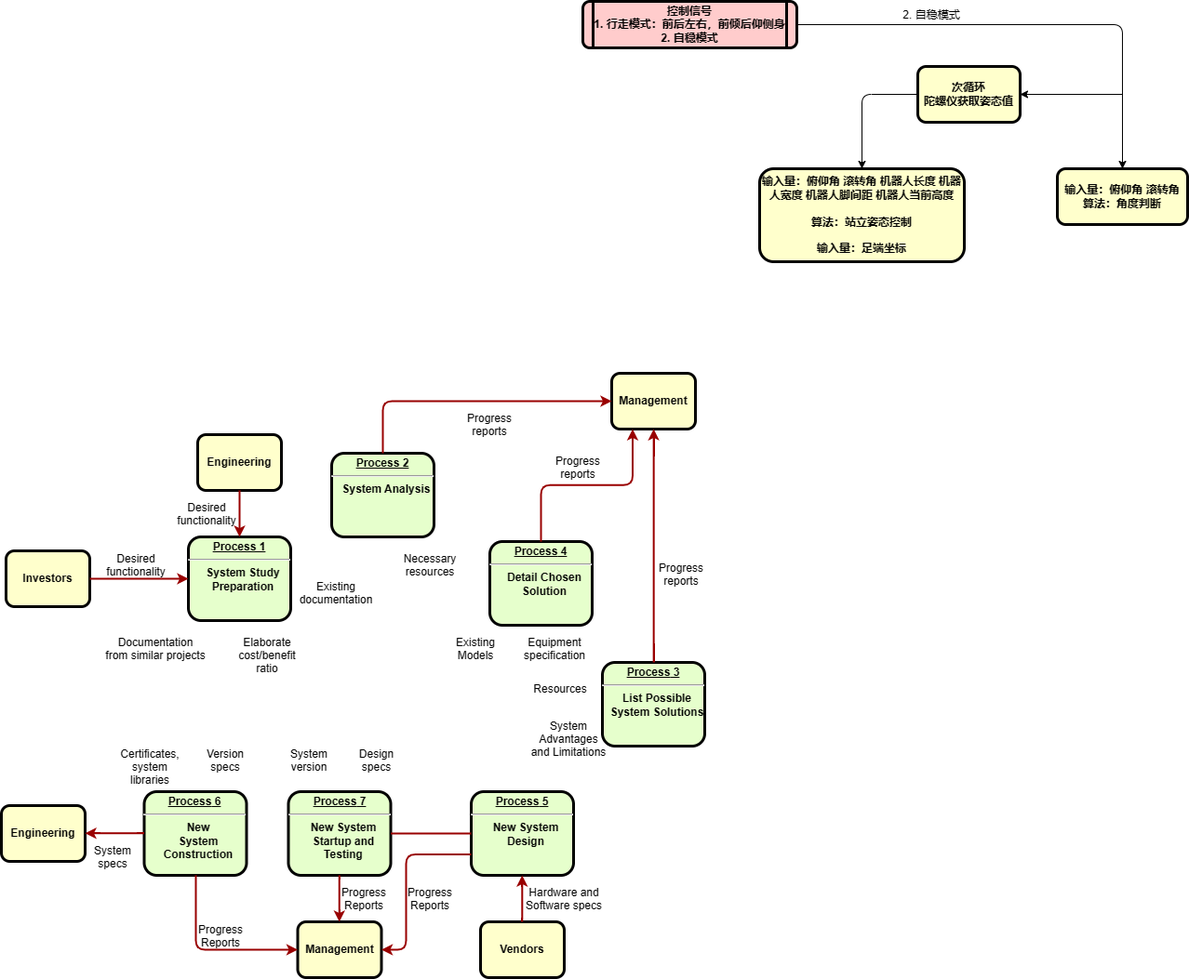
Above: 机器人总体流程.drawio.png in KAZAMA-DREAM/picture (draw.io), before the change. Source tidied: cells renumbered, new cells last; positions are measured from the earlier drawing's top-left corner, leaving out a move shared by most shapes.
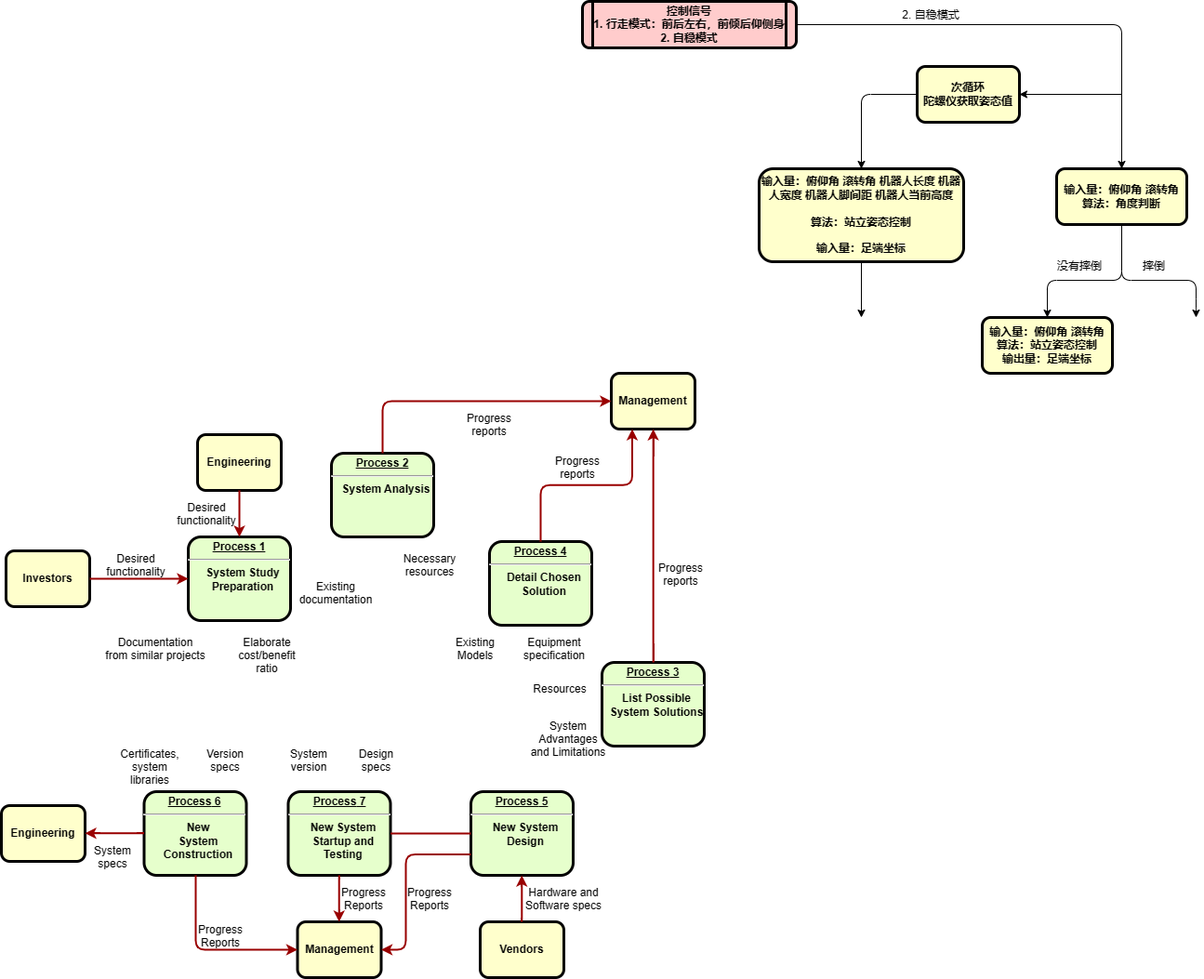
The same file after the commit.

Commit message:
更新机器人总体流程.drawio.png

What changed in the source:
```diff
@@ -161,6 +161,15 @@
     <mxCell id="50" value="2. 自稳模式" style="text;html=1;strokeColor=none;fillColor=none;align=center;verticalAlign=middle;whiteSpace=wrap;rounded=0;" parent="1" vertex="1">
       <mxGeometry x="965" width="70" height="30" as="geometry" />
     </mxCell>
+    <mxCell id="56" style="edgeStyle=orthogonalEdgeStyle;rounded=1;jettySize=auto;html=1;entryX=0.5;entryY=0;entryDx=0;entryDy=0;" parent="1" edge="1" target="61">
+      <mxGeometry relative="1" as="geometry">
+        <mxPoint x="1205" y="240" as="sourcePoint" />
+        <Array as="points">
+          <mxPoint x="1205" y="300" />
+          <mxPoint x="1125" y="300" />
+        </Array>
+      </mxGeometry>
+    </mxCell>
     <mxCell id="51" value="输入量：俯仰角 滚转角&#10;算法：角度判断" style="whiteSpace=wrap;align=center;verticalAlign=middle;fontStyle=1;strokeWidth=3;fillColor=#FFFFCC;rounded=1;" parent="1" vertex="1">
       <mxGeometry x="1135" y="180" width="140" height="60" as="geometry" />
     </mxCell>
@@ -179,8 +188,32 @@
         </Array>
       </mxGeometry>
     </mxCell>
+    <mxCell id="57" style="edgeStyle=orthogonalEdgeStyle;rounded=1;jettySize=auto;html=1;" parent="1" edge="1" source="55">
+      <mxGeometry relative="1" as="geometry">
+        <mxPoint x="925" y="340" as="targetPoint" />
+      </mxGeometry>
+    </mxCell>
     <mxCell id="55" value="输入量：俯仰角 滚转角 机器人长度 机器人宽度 机器人脚间距 机器人当前高度&#10;&#10;算法：站立姿态控制&#10;&#10;输入量：足端坐标" style="whiteSpace=wrap;align=center;verticalAlign=middle;fontStyle=1;strokeWidth=3;fillColor=#FFFFCC;rounded=1;" parent="1" vertex="1">
       <mxGeometry x="815" y="180" width="220" height="100" as="geometry" />
     </mxCell>
+    <mxCell id="58" style="edgeStyle=orthogonalEdgeStyle;rounded=1;jettySize=auto;html=1;exitX=0.5;exitY=1;exitDx=0;exitDy=0;" parent="1" edge="1" source="51">
+      <mxGeometry relative="1" as="geometry">
+        <mxPoint x="1285" y="340" as="targetPoint" />
+        <Array as="points">
+          <mxPoint x="1205" y="300" />
+          <mxPoint x="1285" y="300" />
+          <mxPoint x="1285" y="330" />
+        </Array>
+      </mxGeometry>
+    </mxCell>
+    <mxCell id="59" value="没有摔倒" style="text;html=1;strokeColor=none;fillColor=none;align=center;verticalAlign=middle;whiteSpace=wrap;rounded=0;" parent="1" vertex="1">
+      <mxGeometry x="1125" y="270" width="70" height="30" as="geometry" />
+    </mxCell>
+    <mxCell id="60" value="摔倒" style="text;html=1;strokeColor=none;fillColor=none;align=center;verticalAlign=middle;whiteSpace=wrap;rounded=0;" parent="1" vertex="1">
+      <mxGeometry x="1205" y="270" width="70" height="30" as="geometry" />
+    </mxCell>
+    <mxCell id="61" value="输入量：俯仰角 滚转角&#10;算法：站立姿态控制&#10;输出量：足端坐标" style="whiteSpace=wrap;align=center;verticalAlign=middle;fontStyle=1;strokeWidth=3;fillColor=#FFFFCC;rounded=1;" parent="1" vertex="1">
+      <mxGeometry x="1055" y="340" width="140" height="60" as="geometry" />
+    </mxCell>
   </root>
 </mxGraphModel>
```
